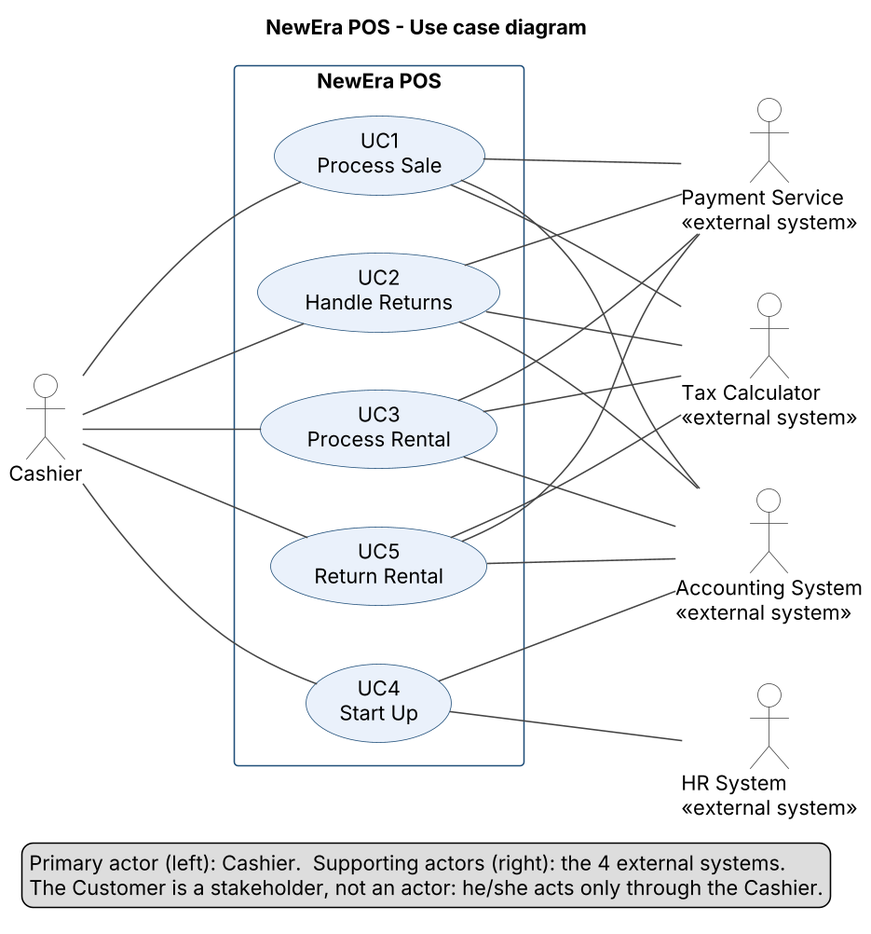
Above: assets/use_case_diagram.png in bhsei/26D (PlantUML), before the change.
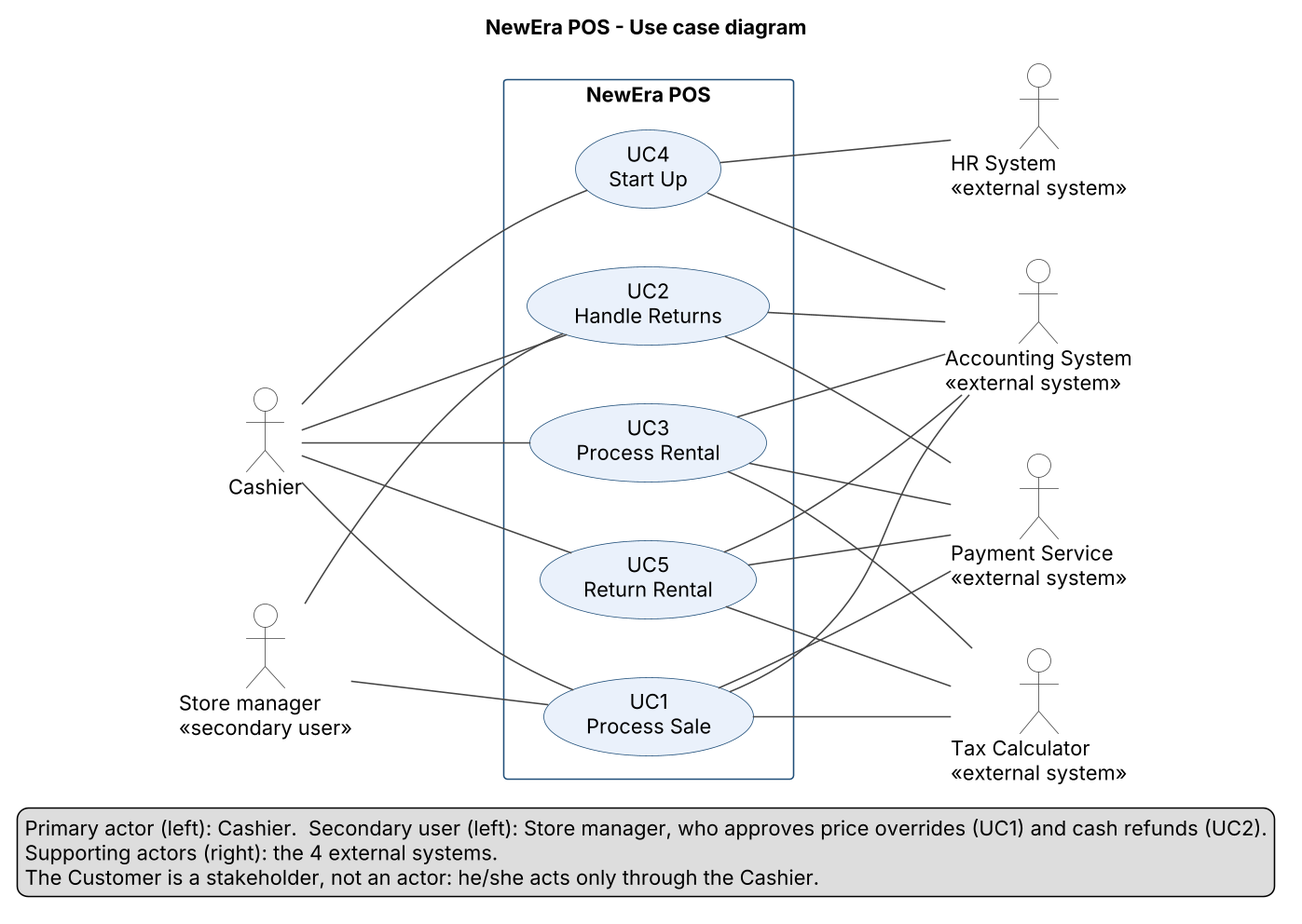
Above is the later version.

Commit message:
W8 - Use case model v1.0; store manager in the diagram, five use cases, text aligned with the SRS (#49, #50, B-D11)

The edit, as a diff of the source:
```diff
@@ -18,6 +18,7 @@
 title NewEra POS - Use case diagram
 
 actor "Cashier" as Cashier
+actor "Store manager\n<<secondary user>>" as Manager
 
 rectangle "NewEra POS" {
   usecase "UC1\nProcess Sale" as UC1
@@ -38,13 +39,15 @@
 Cashier -- UC5
 Cashier -- UC4
 
+Manager -- UC1
+Manager -- UC2
+
 UC1 -- Payment
 UC2 -- Payment
 UC3 -- Payment
 UC5 -- Payment
 
 UC1 -- Tax
-UC2 -- Tax
 UC3 -- Tax
 UC5 -- Tax
 
@@ -57,7 +60,8 @@
 UC4 -- HR
 
 legend bottom
-  Primary actor (left): Cashier.  Supporting actors (right): the 4 external systems.
+  Primary actor (left): Cashier.  Secondary user (left): Store manager, who approves price overrides (UC1) and cash refunds (UC2).
+  Supporting actors (right): the 4 external systems.
   The Customer is a stakeholder, not an actor: he/she acts only through the Cashier.
 endlegend
 @enduml
```
